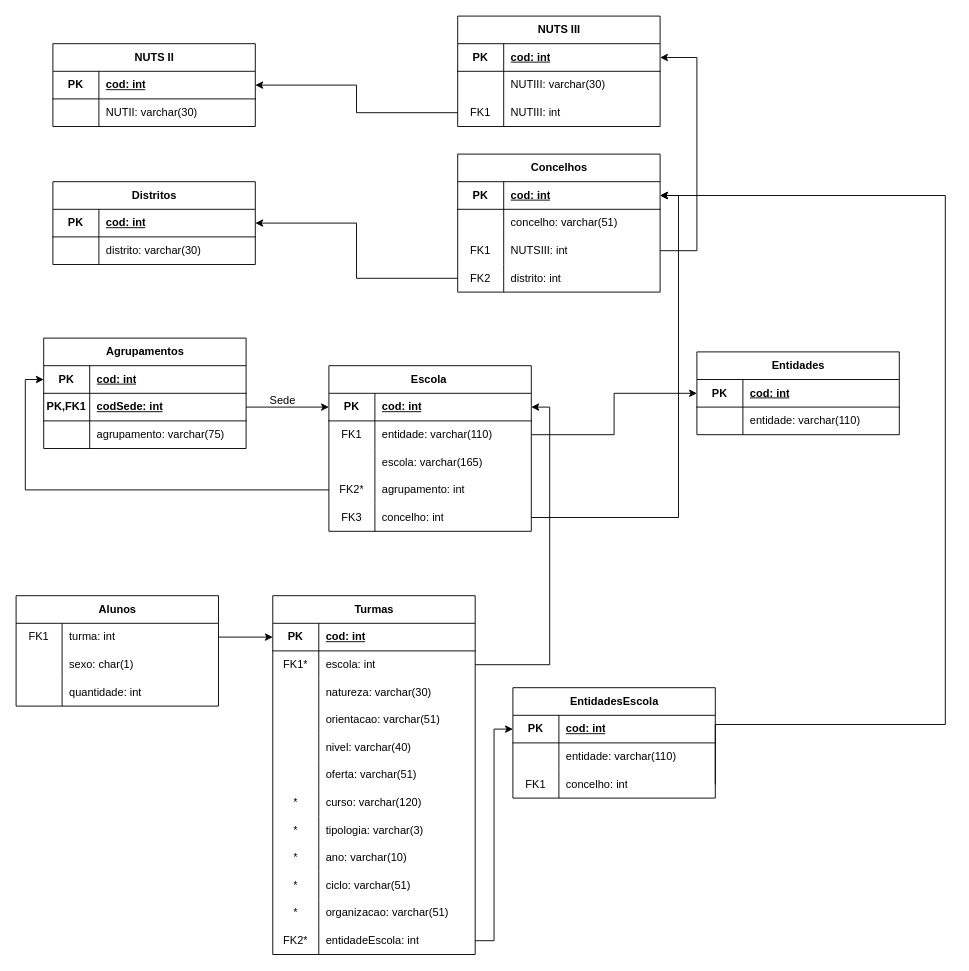
Earlier version of the draw.io diagram page "Relacional" (5 of 5) of UML1.drawio (damaral31/Portuguese-School-System-DB-Modeling). Source tidied: cells renumbered, new cells numbered last; positions are measured from the earlier drawing's top-left corner, leaving out a move shared by most shapes. Both pictures are drawn from the tidied source at 92%, with x=0, y=0 at pixel (16, 16).
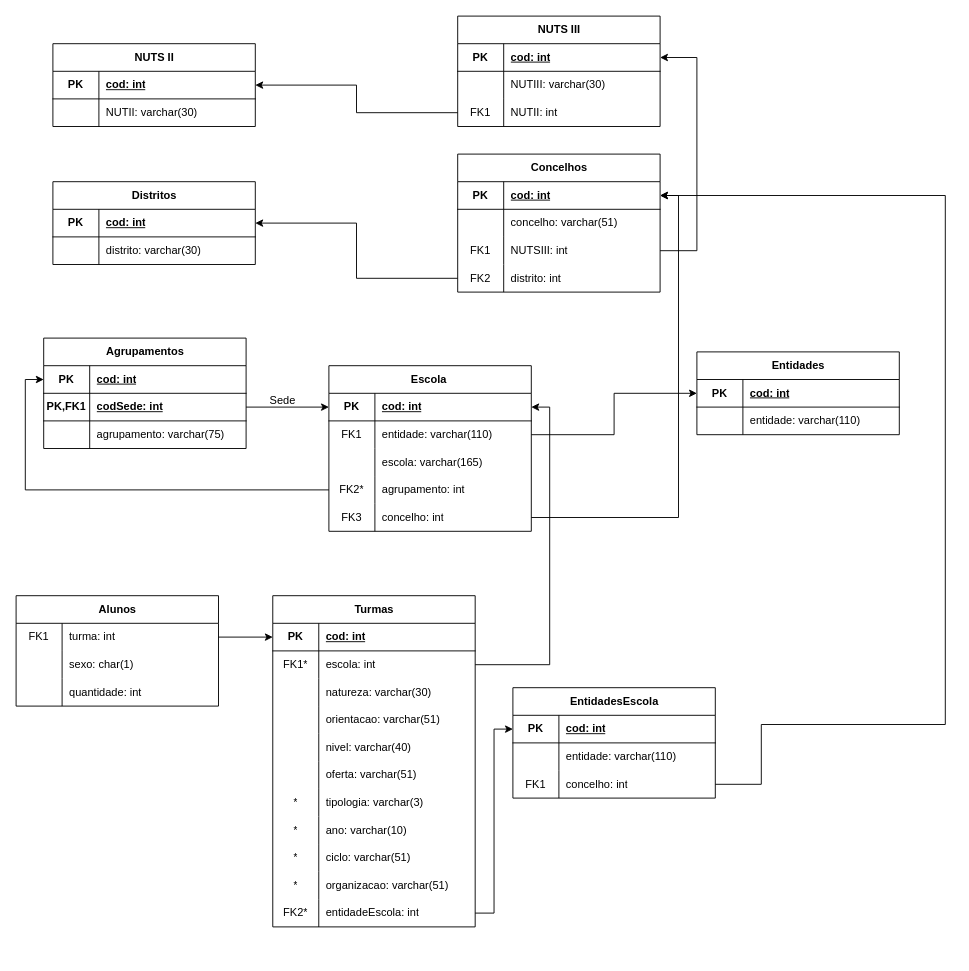
The same diagram, later.

The change refers to these unchanged cells:
```xml
<mxCell id="76" style="shape=tableRow;horizontal=0;startSize=0;swimlaneHead=0;swimlaneBody=0;fillColor=none;points=[[0,0.5],[1,0.5]];portConstraint=eastwest;top=0;left=0;right=0;bottom=1;" parent="75" vertex="1">
  <mxGeometry y="30" width="220" height="30" as="geometry" />
</mxCell>
<mxCell id="95" style="shape=tableRow;horizontal=0;startSize=0;swimlaneHead=0;swimlaneBody=0;fillColor=none;points=[[0,0.5],[1,0.5]];portConstraint=eastwest;top=0;left=0;right=0;bottom=0;" parent="88" vertex="1">
  <mxGeometry y="90" width="220" height="30" as="geometry" />
</mxCell>
<mxCell id="136" style="shape=tableRow;horizontal=0;startSize=0;swimlaneHead=0;swimlaneBody=0;fillColor=none;points=[[0,0.5],[1,0.5]];portConstraint=eastwest;top=0;left=0;right=0;bottom=0;" parent="129" vertex="1">
  <mxGeometry y="90" width="220" height="30" as="geometry" />
</mxCell>
```

The edit, as a diff of the source:
```diff
@@
     <mxCell id="28" value="Turmas" style="shape=table;startSize=30;childLayout=tableLayout;rowLines=0;fontStyle=1;align=center;html=1;" parent="1" vertex="1">
-      <mxGeometry x="279" y="630" width="220" height="390" as="geometry" />
+      <mxGeometry x="279" y="630" width="220" height="360" as="geometry" />
     </mxCell>
@@
-    <mxCell id="44" style="shape=tableRow;horizontal=0;startSize=0;swimlaneHead=0;swimlaneBody=0;fillColor=none;top=0;left=0;right=0;bottom=0;" parent="28" vertex="1">
-      <mxGeometry y="180" width="220" height="30" as="geometry" />
-    </mxCell>
-    <mxCell id="45" style="shape=partialRectangle;fillColor=none;top=0;left=0;bottom=0;right=0;overflow=hidden;whiteSpace=wrap;html=1;" parent="44" vertex="1">
-      <mxGeometry width="50" height="30" as="geometry" />
-    </mxCell>
-    <mxCell id="46" value="oferta: varchar(51)" style="shape=partialRectangle;fillColor=none;top=0;left=0;bottom=0;right=0;align=left;spacingLeft=6;overflow=hidden;whiteSpace=wrap;html=1;" parent="44" vertex="1">
-      <mxGeometry x="50" width="170" height="30" as="geometry" />
-    </mxCell>
     <mxCell id="47" style="shape=tableRow;horizontal=0;startSize=0;swimlaneHead=0;swimlaneBody=0;fillColor=none;top=0;left=0;right=0;bottom=0;" parent="28" vertex="1">
-      <mxGeometry y="210" width="220" height="30" as="geometry" />
+      <mxGeometry y="180" width="220" height="30" as="geometry" />
     </mxCell>
-    <mxCell id="48" value="*" style="shape=partialRectangle;fillColor=none;top=0;left=0;bottom=0;right=0;overflow=hidden;whiteSpace=wrap;html=1;" parent="47" vertex="1">
+    <mxCell id="48" style="shape=partialRectangle;fillColor=none;top=0;left=0;bottom=0;right=0;overflow=hidden;whiteSpace=wrap;html=1;" parent="47" vertex="1">
       <mxGeometry width="50" height="30" as="geometry" />
     </mxCell>
-    <mxCell id="49" value="curso: varchar(120)" style="shape=partialRectangle;fillColor=none;top=0;left=0;bottom=0;right=0;align=left;spacingLeft=6;overflow=hidden;whiteSpace=wrap;html=1;" parent="47" vertex="1">
+    <mxCell id="49" value="oferta: varchar(51)" style="shape=partialRectangle;fillColor=none;top=0;left=0;bottom=0;right=0;align=left;spacingLeft=6;overflow=hidden;whiteSpace=wrap;html=1;" parent="47" vertex="1">
       <mxGeometry x="50" width="170" height="30" as="geometry" />
     </mxCell>
     <mxCell id="50" style="shape=tableRow;horizontal=0;startSize=0;swimlaneHead=0;swimlaneBody=0;fillColor=none;top=0;left=0;right=0;bottom=0;" parent="28" vertex="1">
-      <mxGeometry y="240" width="220" height="30" as="geometry" />
+      <mxGeometry y="210" width="220" height="30" as="geometry" />
     </mxCell>
@@
     <mxCell id="53" style="shape=tableRow;horizontal=0;startSize=0;swimlaneHead=0;swimlaneBody=0;fillColor=none;top=0;left=0;right=0;bottom=0;" parent="28" vertex="1">
-      <mxGeometry y="270" width="220" height="30" as="geometry" />
+      <mxGeometry y="240" width="220" height="30" as="geometry" />
     </mxCell>
@@
     <mxCell id="56" style="shape=tableRow;horizontal=0;startSize=0;swimlaneHead=0;swimlaneBody=0;fillColor=none;top=0;left=0;right=0;bottom=0;" parent="28" vertex="1">
-      <mxGeometry y="300" width="220" height="30" as="geometry" />
+      <mxGeometry y="270" width="220" height="30" as="geometry" />
     </mxCell>
@@
     <mxCell id="59" style="shape=tableRow;horizontal=0;startSize=0;swimlaneHead=0;swimlaneBody=0;fillColor=none;top=0;left=0;right=0;bottom=0;" parent="28" vertex="1">
-      <mxGeometry y="330" width="220" height="30" as="geometry" />
+      <mxGeometry y="300" width="220" height="30" as="geometry" />
     </mxCell>
@@
     <mxCell id="62" style="shape=tableRow;horizontal=0;startSize=0;swimlaneHead=0;swimlaneBody=0;fillColor=none;points=[[0,0.5],[1,0.5]];portConstraint=eastwest;top=0;left=0;right=0;bottom=0;" parent="28" vertex="1">
-      <mxGeometry y="360" width="220" height="30" as="geometry" />
+      <mxGeometry y="330" width="220" height="30" as="geometry" />
     </mxCell>
@@
-    <mxCell id="97" value="NUTIII: int" style="shape=partialRectangle;fillColor=none;top=0;left=0;bottom=0;right=0;align=left;spacingLeft=6;overflow=hidden;whiteSpace=wrap;html=1;" parent="95" vertex="1">
+    <mxCell id="97" value="NUTII: int" style="shape=partialRectangle;fillColor=none;top=0;left=0;bottom=0;right=0;align=left;spacingLeft=6;overflow=hidden;whiteSpace=wrap;html=1;" parent="95" vertex="1">
       <mxGeometry x="50" width="170" height="30" as="geometry" />
     </mxCell>
@@
     <mxCell id="140" style="edgeStyle=orthogonalEdgeStyle;rounded=0;jettySize=auto;html=1;exitX=1;exitY=0.5;exitDx=0;exitDy=0;entryX=1;entryY=0.5;entryDx=0;entryDy=0;" parent="1" edge="1" source="136" target="76">
       <mxGeometry relative="1" as="geometry">
         <Array as="points">
-          <mxPoint x="760" y="770" />
+          <mxPoint x="810" y="835" />
+          <mxPoint x="810" y="770" />
           <mxPoint x="1010" y="770" />
           <mxPoint x="1010" y="195" />
         </Array>
       </mxGeometry>
     </mxCell>
```
